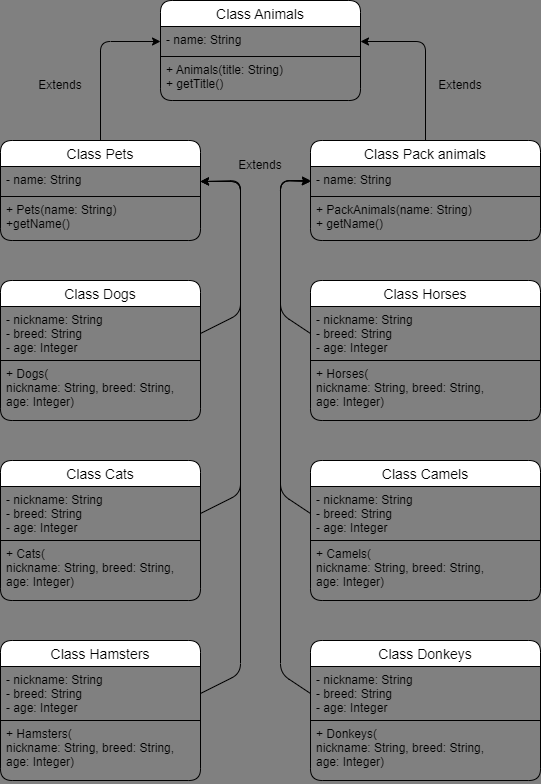
This is blockDiagram.drawio.png from Kornegin-GB/FinalCertification, a draw.io export, as it was before one commit. Source tidied: cells renumbered, new cells last; positions are measured from the earlier drawing's top-left corner, leaving out a move shared by most shapes.
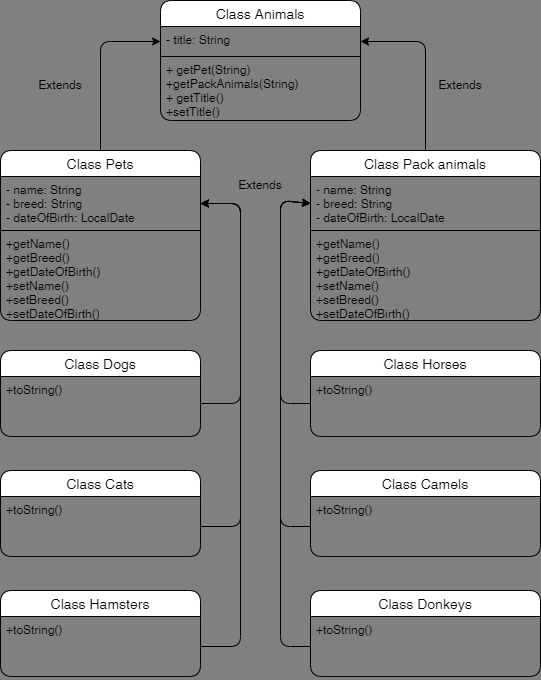
After the commit.

Change to the diagram source:
```diff
@@ -10,13 +10,13 @@
       </mxGeometry>
     </mxCell>
     <mxCell id="3" value="Class Pets" style="swimlane;fontStyle=0;horizontal=1;startSize=26;align=center;fontSize=14;html=0;rounded=1;" parent="1" vertex="1">
-      <mxGeometry y="140" width="200" height="100" as="geometry" />
+      <mxGeometry y="150" width="200" height="170" as="geometry" />
     </mxCell>
-    <mxCell id="4" value="- name: String" style="text;strokeColor=default;fillColor=none;spacingLeft=4;spacingRight=4;overflow=hidden;points=[[0,0.5],[1,0.5]];portConstraint=eastwest;fontSize=12;html=0;rounded=0;" parent="3" vertex="1">
-      <mxGeometry y="26" width="200" height="30" as="geometry" />
+    <mxCell id="4" value="- name: String&#10;- breed: String&#10;- dateOfBirth: LocalDate" style="text;strokeColor=default;fillColor=none;spacingLeft=4;spacingRight=4;overflow=hidden;points=[[0,0.5],[1,0.5]];portConstraint=eastwest;fontSize=12;html=0;rounded=0;" parent="3" vertex="1">
+      <mxGeometry y="26" width="200" height="54" as="geometry" />
     </mxCell>
-    <mxCell id="5" value="+ Pets(name: String)&#10;+getName()" style="text;strokeColor=none;fillColor=none;spacingLeft=4;spacingRight=4;overflow=hidden;fontSize=12;html=0;rounded=1;" parent="3" vertex="1">
-      <mxGeometry y="56" width="200" height="44" as="geometry" />
+    <mxCell id="5" value="+getName()&#10;+getBreed()&#10;+getDateOfBirth()&#10;+setName()&#10;+setBreed()&#10;+setDateOfBirth()" style="text;strokeColor=none;fillColor=none;spacingLeft=4;spacingRight=4;overflow=hidden;fontSize=12;html=0;rounded=1;" parent="3" vertex="1">
+      <mxGeometry y="80" width="200" height="90" as="geometry" />
     </mxCell>
     <mxCell id="6" style="edgeStyle=none;html=1;exitX=0.5;exitY=0;exitDx=0;exitDy=0;entryX=1;entryY=0.5;entryDx=0;entryDy=0;fontSize=12;" parent="1" edge="1" source="7" target="35">
       <mxGeometry relative="1" as="geometry">
@@ -26,125 +26,108 @@
       </mxGeometry>
     </mxCell>
     <mxCell id="7" value="Class Pack animals" style="swimlane;fontStyle=0;horizontal=1;startSize=26;align=center;fontSize=14;html=0;rounded=1;" parent="1" vertex="1">
-      <mxGeometry x="310" y="140" width="230" height="100" as="geometry" />
+      <mxGeometry x="310" y="150" width="230" height="170" as="geometry" />
     </mxCell>
-    <mxCell id="8" value="- name: String" style="text;strokeColor=default;fillColor=none;spacingLeft=4;spacingRight=4;overflow=hidden;points=[[0,0.5],[1,0.5]];portConstraint=eastwest;fontSize=12;html=0;rounded=0;" parent="7" vertex="1">
-      <mxGeometry y="26" width="230" height="30" as="geometry" />
+    <mxCell id="8" value="- name: String&#10;- breed: String&#10;- dateOfBirth: LocalDate" style="text;strokeColor=default;fillColor=none;spacingLeft=4;spacingRight=4;overflow=hidden;points=[[0,0.5],[1,0.5]];portConstraint=eastwest;fontSize=12;html=0;rounded=0;" parent="7" vertex="1">
+      <mxGeometry y="26" width="230" height="54" as="geometry" />
     </mxCell>
-    <mxCell id="9" value="+ PackAnimals(name: String)&#10;+ getName()" style="text;strokeColor=none;fillColor=none;spacingLeft=4;spacingRight=4;overflow=hidden;fontSize=12;html=0;rounded=1;" parent="7" vertex="1">
-      <mxGeometry y="56" width="230" height="44" as="geometry" />
+    <mxCell id="9" value="+getName()&#10;+getBreed()&#10;+getDateOfBirth()&#10;+setName()&#10;+setBreed()&#10;+setDateOfBirth()" style="text;strokeColor=none;fillColor=none;spacingLeft=4;spacingRight=4;overflow=hidden;fontSize=12;html=0;rounded=1;" parent="7" vertex="1">
+      <mxGeometry y="80" width="230" height="90" as="geometry" />
     </mxCell>
     <mxCell id="10" value="Class Dogs" style="swimlane;fontStyle=0;horizontal=1;startSize=26;align=center;fontSize=14;html=0;rounded=1;" parent="1" vertex="1">
-      <mxGeometry y="280" width="200" height="140" as="geometry" />
+      <mxGeometry y="350" width="200" height="86" as="geometry" />
     </mxCell>
-    <mxCell id="11" value="- nickname: String&#10;- breed: String&#10;- age: Integer" style="text;strokeColor=default;fillColor=none;spacingLeft=4;spacingRight=4;overflow=hidden;points=[[0,0.5],[1,0.5]];portConstraint=eastwest;fontSize=12;html=0;rounded=0;" parent="10" vertex="1">
-      <mxGeometry y="26" width="200" height="54" as="geometry" />
-    </mxCell>
-    <mxCell id="12" value="+ Dogs(&#10;nickname: String, breed: String,&#10;age: Integer)" style="text;strokeColor=none;fillColor=none;spacingLeft=4;spacingRight=4;overflow=hidden;fontSize=12;html=0;rounded=1;" parent="10" vertex="1">
-      <mxGeometry y="80" width="200" height="60" as="geometry" />
+    <mxCell id="12" value="+toString()" style="text;strokeColor=none;fillColor=none;spacingLeft=4;spacingRight=4;overflow=hidden;fontSize=12;html=0;rounded=1;" parent="10" vertex="1">
+      <mxGeometry y="26" width="200" height="60" as="geometry" />
     </mxCell>
     <mxCell id="13" value="Class Cats" style="swimlane;fontStyle=0;horizontal=1;startSize=26;align=center;fontSize=14;html=0;rounded=1;" parent="1" vertex="1">
-      <mxGeometry y="460" width="200" height="140" as="geometry" />
+      <mxGeometry y="470" width="200" height="86" as="geometry" />
     </mxCell>
-    <mxCell id="14" value="- nickname: String&#10;- breed: String&#10;- age: Integer" style="text;strokeColor=default;fillColor=none;spacingLeft=4;spacingRight=4;overflow=hidden;points=[[0,0.5],[1,0.5]];portConstraint=eastwest;fontSize=12;html=0;rounded=0;" parent="13" vertex="1">
-      <mxGeometry y="26" width="200" height="54" as="geometry" />
-    </mxCell>
-    <mxCell id="15" value="+ Cats(&#10;nickname: String, breed: String,&#10;age: Integer)" style="text;strokeColor=none;fillColor=none;spacingLeft=4;spacingRight=4;overflow=hidden;points=[[0,0.5],[1,0.5]];portConstraint=eastwest;fontSize=12;html=0;rounded=1;" parent="13" vertex="1">
-      <mxGeometry y="80" width="200" height="60" as="geometry" />
+    <mxCell id="15" value="+toString()" style="text;strokeColor=none;fillColor=none;spacingLeft=4;spacingRight=4;overflow=hidden;points=[[0,0.5],[1,0.5]];portConstraint=eastwest;fontSize=12;html=0;rounded=1;" parent="13" vertex="1">
+      <mxGeometry y="26" width="200" height="60" as="geometry" />
     </mxCell>
     <mxCell id="16" value="Class Hamsters" style="swimlane;fontStyle=0;horizontal=1;startSize=26;align=center;fontSize=14;html=0;rounded=1;" parent="1" vertex="1">
-      <mxGeometry y="640" width="200" height="140" as="geometry" />
+      <mxGeometry y="590" width="200" height="86" as="geometry" />
     </mxCell>
-    <mxCell id="17" value="- nickname: String&#10;- breed: String&#10;- age: Integer" style="text;strokeColor=default;fillColor=none;spacingLeft=4;spacingRight=4;overflow=hidden;points=[[0,0.5],[1,0.5]];portConstraint=eastwest;fontSize=12;html=0;rounded=0;" parent="16" vertex="1">
-      <mxGeometry y="26" width="200" height="54" as="geometry" />
-    </mxCell>
-    <mxCell id="18" value="+ Hamsters(&#10;nickname: String, breed: String,&#10;age: Integer)" style="text;strokeColor=none;fillColor=none;spacingLeft=4;spacingRight=4;overflow=hidden;points=[[0,0.5],[1,0.5]];portConstraint=eastwest;fontSize=12;html=0;rounded=1;" parent="16" vertex="1">
-      <mxGeometry y="80" width="200" height="60" as="geometry" />
+    <mxCell id="18" value="+toString()" style="text;strokeColor=none;fillColor=none;spacingLeft=4;spacingRight=4;overflow=hidden;points=[[0,0.5],[1,0.5]];portConstraint=eastwest;fontSize=12;html=0;rounded=1;" parent="16" vertex="1">
+      <mxGeometry y="26" width="200" height="60" as="geometry" />
     </mxCell>
     <mxCell id="19" value="Class Horses" style="swimlane;fontStyle=0;horizontal=1;startSize=26;align=center;fontSize=14;html=0;rounded=1;" parent="1" vertex="1">
-      <mxGeometry x="310" y="280" width="230" height="140" as="geometry" />
+      <mxGeometry x="310" y="350" width="230" height="86" as="geometry" />
     </mxCell>
-    <mxCell id="20" value="- nickname: String&#10;- breed: String&#10;- age: Integer" style="text;strokeColor=default;fillColor=none;spacingLeft=4;spacingRight=4;overflow=hidden;points=[[0,0.5],[1,0.5]];portConstraint=eastwest;fontSize=12;html=0;rounded=0;" parent="19" vertex="1">
-      <mxGeometry y="26" width="230" height="54" as="geometry" />
-    </mxCell>
-    <mxCell id="21" value="+ Horses(&#10;nickname: String, breed: String,&#10;age: Integer)" style="text;strokeColor=none;fillColor=none;spacingLeft=4;spacingRight=4;overflow=hidden;fontSize=12;html=0;rounded=1;" parent="19" vertex="1">
-      <mxGeometry y="80" width="230" height="60" as="geometry" />
+    <mxCell id="21" value="+toString()" style="text;strokeColor=none;fillColor=none;spacingLeft=4;spacingRight=4;overflow=hidden;fontSize=12;html=0;rounded=1;" parent="19" vertex="1">
+      <mxGeometry y="26" width="230" height="60" as="geometry" />
     </mxCell>
     <mxCell id="22" value="Class Camels" style="swimlane;fontStyle=0;horizontal=1;startSize=26;align=center;fontSize=14;html=0;rounded=1;" parent="1" vertex="1">
-      <mxGeometry x="310" y="460" width="230" height="140" as="geometry" />
+      <mxGeometry x="310" y="470" width="230" height="86" as="geometry" />
     </mxCell>
-    <mxCell id="23" value="- nickname: String&#10;- breed: String&#10;- age: Integer" style="text;strokeColor=default;fillColor=none;spacingLeft=4;spacingRight=4;overflow=hidden;points=[[0,0.5],[1,0.5]];portConstraint=eastwest;fontSize=12;html=0;rounded=0;" parent="22" vertex="1">
-      <mxGeometry y="26" width="230" height="54" as="geometry" />
-    </mxCell>
-    <mxCell id="24" value="+ Camels(&#10;nickname: String, breed: String,&#10;age: Integer)" style="text;strokeColor=none;fillColor=none;spacingLeft=4;spacingRight=4;overflow=hidden;points=[[0,0.5],[1,0.5]];portConstraint=eastwest;fontSize=12;html=0;rounded=1;" parent="22" vertex="1">
-      <mxGeometry y="80" width="230" height="60" as="geometry" />
+    <mxCell id="24" value="+toString()" style="text;strokeColor=none;fillColor=none;spacingLeft=4;spacingRight=4;overflow=hidden;points=[[0,0.5],[1,0.5]];portConstraint=eastwest;fontSize=12;html=0;rounded=1;" parent="22" vertex="1">
+      <mxGeometry y="26" width="230" height="60" as="geometry" />
     </mxCell>
     <mxCell id="25" value="Class Donkeys" style="swimlane;fontStyle=0;horizontal=1;startSize=26;align=center;fontSize=14;html=0;rounded=1;" parent="1" vertex="1">
-      <mxGeometry x="310" y="640" width="230" height="140" as="geometry" />
+      <mxGeometry x="310" y="590" width="230" height="86" as="geometry" />
     </mxCell>
-    <mxCell id="26" value="- nickname: String&#10;- breed: String&#10;- age: Integer" style="text;strokeColor=default;fillColor=none;spacingLeft=4;spacingRight=4;overflow=hidden;points=[[0,0.5],[1,0.5]];portConstraint=eastwest;fontSize=12;html=0;rounded=0;" parent="25" vertex="1">
-      <mxGeometry y="26" width="230" height="54" as="geometry" />
-    </mxCell>
-    <mxCell id="27" value="+ Donkeys(&#10;nickname: String, breed: String,&#10;age: Integer)" style="text;strokeColor=none;fillColor=none;spacingLeft=4;spacingRight=4;overflow=hidden;points=[[0,0.5],[1,0.5]];portConstraint=eastwest;fontSize=12;html=0;rounded=1;" parent="25" vertex="1">
-      <mxGeometry y="80" width="230" height="60" as="geometry" />
+    <mxCell id="27" value="+toString()" style="text;strokeColor=none;fillColor=none;spacingLeft=4;spacingRight=4;overflow=hidden;points=[[0,0.5],[1,0.5]];portConstraint=eastwest;fontSize=12;html=0;rounded=1;" parent="25" vertex="1">
+      <mxGeometry y="26" width="230" height="60" as="geometry" />
     </mxCell>
-    <mxCell id="28" style="edgeStyle=none;html=1;exitX=1;exitY=0.5;exitDx=0;exitDy=0;entryX=1;entryY=0.5;entryDx=0;entryDy=0;fontSize=12;" parent="1" edge="1" source="11" target="4">
+    <mxCell id="28" style="edgeStyle=none;html=1;exitX=1;exitY=0.5;exitDx=0;exitDy=0;entryX=1;entryY=0.5;entryDx=0;entryDy=0;fontSize=12;" parent="1" edge="1" target="4">
       <mxGeometry relative="1" as="geometry">
+        <mxPoint x="200" y="403" as="sourcePoint" />
         <Array as="points">
-          <mxPoint x="240" y="313" />
-          <mxPoint x="240" y="181" />
+          <mxPoint x="240" y="403" />
+          <mxPoint x="240" y="203" />
         </Array>
       </mxGeometry>
     </mxCell>
-    <mxCell id="29" style="edgeStyle=none;html=1;exitX=1;exitY=0.5;exitDx=0;exitDy=0;entryX=1;entryY=0.5;entryDx=0;entryDy=0;fontSize=12;" parent="1" edge="1" source="14" target="4">
+    <mxCell id="29" style="edgeStyle=none;html=1;exitX=1;exitY=0.5;exitDx=0;exitDy=0;entryX=1;entryY=0.5;entryDx=0;entryDy=0;fontSize=12;" parent="1" edge="1" source="15" target="4">
       <mxGeometry relative="1" as="geometry">
         <Array as="points">
-          <mxPoint x="240" y="493" />
-          <mxPoint x="240" y="181" />
+          <mxPoint x="240" y="526" />
+          <mxPoint x="240" y="203" />
         </Array>
       </mxGeometry>
     </mxCell>
-    <mxCell id="30" style="edgeStyle=none;html=1;exitX=1;exitY=0.5;exitDx=0;exitDy=0;entryX=1;entryY=0.5;entryDx=0;entryDy=0;fontSize=12;" parent="1" edge="1" source="17" target="4">
+    <mxCell id="30" style="edgeStyle=none;html=1;exitX=1;exitY=0.5;exitDx=0;exitDy=0;entryX=1;entryY=0.5;entryDx=0;entryDy=0;fontSize=12;" parent="1" edge="1" source="18" target="4">
       <mxGeometry relative="1" as="geometry">
         <Array as="points">
-          <mxPoint x="240" y="673" />
-          <mxPoint x="240" y="180" />
+          <mxPoint x="240" y="646" />
+          <mxPoint x="240" y="203" />
         </Array>
       </mxGeometry>
     </mxCell>
-    <mxCell id="31" style="edgeStyle=none;html=1;exitX=0;exitY=0.5;exitDx=0;exitDy=0;entryX=0;entryY=0.5;entryDx=0;entryDy=0;fontSize=12;" parent="1" edge="1" source="20" target="8">
+    <mxCell id="31" style="edgeStyle=none;html=1;exitX=0;exitY=0.5;exitDx=0;exitDy=0;entryX=0;entryY=0.5;entryDx=0;entryDy=0;fontSize=12;" parent="1" edge="1" target="8">
       <mxGeometry relative="1" as="geometry">
+        <mxPoint x="310" y="403" as="sourcePoint" />
         <Array as="points">
-          <mxPoint x="280" y="313" />
-          <mxPoint x="280" y="180" />
+          <mxPoint x="280" y="403" />
+          <mxPoint x="280" y="200" />
         </Array>
       </mxGeometry>
     </mxCell>
-    <mxCell id="32" style="edgeStyle=none;html=1;exitX=0;exitY=0.5;exitDx=0;exitDy=0;fontSize=12;" parent="1" edge="1" source="23">
+    <mxCell id="32" style="edgeStyle=none;html=1;exitX=0;exitY=0.5;exitDx=0;exitDy=0;fontSize=12;entryX=0;entryY=0.5;entryDx=0;entryDy=0;" parent="1" edge="1" source="24" target="8">
       <mxGeometry relative="1" as="geometry">
-        <mxPoint x="310" y="180" as="targetPoint" />
         <Array as="points">
-          <mxPoint x="280" y="493" />
-          <mxPoint x="280" y="180" />
+          <mxPoint x="280" y="526" />
+          <mxPoint x="280" y="200" />
         </Array>
       </mxGeometry>
     </mxCell>
-    <mxCell id="33" style="edgeStyle=none;html=1;exitX=0;exitY=0.5;exitDx=0;exitDy=0;entryX=0;entryY=0.5;entryDx=0;entryDy=0;fontSize=12;" parent="1" edge="1" source="26" target="8">
+    <mxCell id="33" style="edgeStyle=none;html=1;exitX=0;exitY=0.5;exitDx=0;exitDy=0;entryX=0;entryY=0.5;entryDx=0;entryDy=0;fontSize=12;" parent="1" edge="1" source="27" target="8">
       <mxGeometry relative="1" as="geometry">
         <Array as="points">
-          <mxPoint x="280" y="673" />
-          <mxPoint x="280" y="180" />
+          <mxPoint x="280" y="646" />
+          <mxPoint x="280" y="200" />
         </Array>
       </mxGeometry>
     </mxCell>
     <mxCell id="34" value="Class Animals" style="swimlane;fontStyle=0;horizontal=1;startSize=26;align=center;fontSize=14;html=0;rounded=1;" parent="1" vertex="1">
-      <mxGeometry x="160" width="200" height="100" as="geometry" />
+      <mxGeometry x="160" width="200" height="120" as="geometry" />
     </mxCell>
-    <mxCell id="35" value="- name: String" style="text;strokeColor=default;fillColor=none;spacingLeft=4;spacingRight=4;overflow=hidden;points=[[0,0.5],[1,0.5]];portConstraint=eastwest;fontSize=12;html=0;rounded=0;" parent="34" vertex="1">
+    <mxCell id="35" value="- title: String" style="text;strokeColor=default;fillColor=none;spacingLeft=4;spacingRight=4;overflow=hidden;points=[[0,0.5],[1,0.5]];portConstraint=eastwest;fontSize=12;html=0;rounded=0;" parent="34" vertex="1">
       <mxGeometry y="26" width="200" height="30" as="geometry" />
     </mxCell>
-    <mxCell id="36" value="+ Animals(title: String)&#10;+ getTitle()" style="text;strokeColor=none;fillColor=none;spacingLeft=4;spacingRight=4;overflow=hidden;fontSize=12;html=0;rounded=1;" parent="34" vertex="1">
-      <mxGeometry y="56" width="200" height="44" as="geometry" />
+    <mxCell id="36" value="+ getPet(String)&#10;+getPackAnimals(String)&#10;+ getTitle()&#10;+setTitle()" style="text;strokeColor=none;fillColor=none;spacingLeft=4;spacingRight=4;overflow=hidden;fontSize=12;html=0;rounded=1;" parent="34" vertex="1">
+      <mxGeometry y="56" width="200" height="64" as="geometry" />
     </mxCell>
     <mxCell id="37" value="Extends" style="text;html=1;strokeColor=none;fillColor=none;align=center;verticalAlign=middle;whiteSpace=wrap;rounded=0;" parent="1" vertex="1">
       <mxGeometry x="30" y="70" width="60" height="30" as="geometry" />
@@ -153,7 +136,7 @@
       <mxGeometry x="430" y="70" width="60" height="30" as="geometry" />
     </mxCell>
     <mxCell id="39" value="Extends" style="text;html=1;strokeColor=none;fillColor=none;align=center;verticalAlign=middle;whiteSpace=wrap;rounded=0;rotation=0;" parent="1" vertex="1">
-      <mxGeometry x="230" y="150" width="60" height="30" as="geometry" />
+      <mxGeometry x="230" y="170" width="60" height="30" as="geometry" />
     </mxCell>
   </root>
 </mxGraphModel>
```
